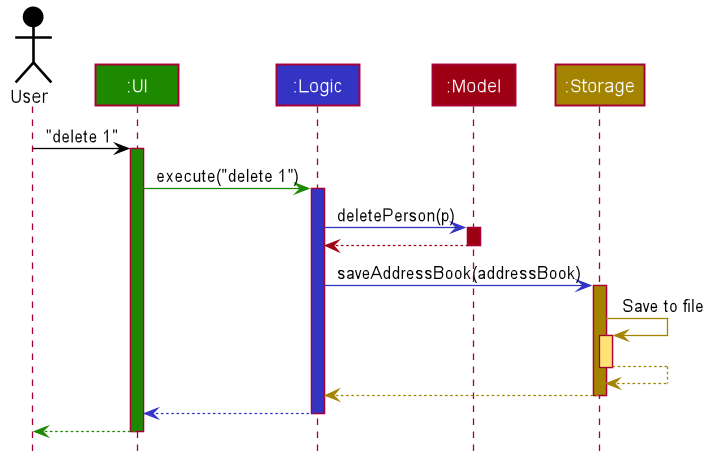
Above: docs/images/ArchitectureSequenceDiagram.png in nus-cs2103-AY2122S1/tp (PlantUML), before the change.
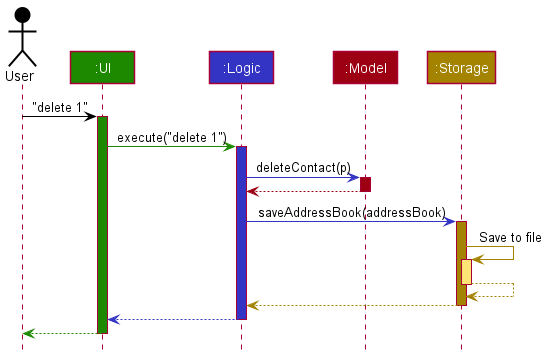
Above is the later version.

What changed in the source:
```diff
@@ -1,85 +1,38 @@
 @startuml
+!include style.puml
 
+Actor User as user USER_COLOR
+Participant ":UI" as ui UI_COLOR
+Participant ":Logic" as logic LOGIC_COLOR
+Participant ":Model" as model MODEL_COLOR
+Participant ":Storage" as storage STORAGE_COLOR
 
+user -[USER_COLOR]> ui : "delete 1"
+activate ui UI_COLOR
 
+ui -[UI_COLOR]> logic : execute("delete 1")
+activate logic LOGIC_COLOR
 
+logic -[LOGIC_COLOR]> model : deleteContact(p)
+activate model MODEL_COLOR
 
-
-
-
-skinparam BackgroundColor #FFFFFFF
-
-skinparam Shadowing false
-
-skinparam Class {
-    FontColor #FFFFFF
-    BorderThickness 1
-    BorderColor #FFFFFF
-    StereotypeFontColor #FFFFFF
-    FontName Arial
-}
-
-skinparam Actor {
-    BorderColor #000000
-    Color #000000
-    FontName Arial
-}
-
-skinparam Sequence {
-    MessageAlign center
-    BoxFontSize 15
-    BoxPadding 0
-    BoxFontColor #FFFFFF
-    FontName Arial
-}
-
-skinparam Participant {
-    FontColor #FFFFFFF
-    Padding 20
-}
-
-skinparam MinClassWidth 50
-skinparam ParticipantPadding 10
-skinparam Shadowing false
-skinparam DefaultTextAlignment center
-skinparam packageStyle Rectangle
-
-hide footbox
-hide members
-hide circle
-
-Actor User as user #000000
-Participant ":UI" as ui #1D8900
-Participant ":Logic" as logic #3333C4
-Participant ":Model" as model #9D0012
-Participant ":Storage" as storage #A38300
-
-user -[#000000]> ui : "delete 1"
-activate ui #1D8900
-
-ui -[#1D8900]> logic : execute("delete 1")
-activate logic #3333C4
-
-logic -[#3333C4]> model : deletePerson(p)
-activate model #9D0012
-
-model -[#9D0012]-> logic
+model -[MODEL_COLOR]-> logic
 deactivate model
 
-logic -[#3333C4]> storage : saveAddressBook(addressBook)
-activate storage #A38300
+logic -[LOGIC_COLOR]> storage : saveAddressBook(addressBook)
+activate storage STORAGE_COLOR
 
-storage -[#A38300]> storage : Save to file
-activate storage #FFE374
-storage --[#A38300]> storage
+storage -[STORAGE_COLOR]> storage : Save to file
+activate storage STORAGE_COLOR_T1
+storage --[STORAGE_COLOR]> storage
 deactivate storage
 
-storage --[#A38300]> logic
+storage --[STORAGE_COLOR]> logic
 deactivate storage
 
-logic --[#3333C4]> ui
+logic --[LOGIC_COLOR]> ui
 deactivate logic
 
-ui--[#1D8900]> user
+ui--[UI_COLOR]> user
 deactivate ui
 @enduml
```
